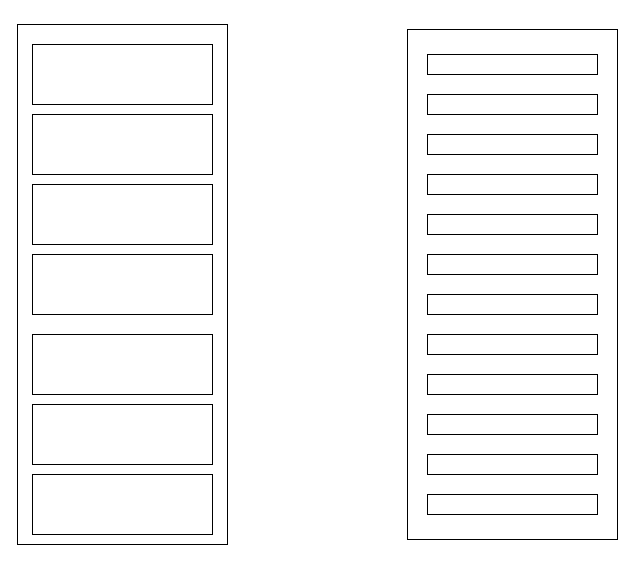
Earlier version of the draw.io diagram farmersmarket.drawio (OkilyDokily/farmers-market). Source tidied: cells renumbered, new cells numbered last; positions are measured from the earlier drawing's top-left corner, leaving out a move shared by most shapes. Both pictures are drawn from the tidied source at 100%, with x=0, y=0 at pixel (17, 24).
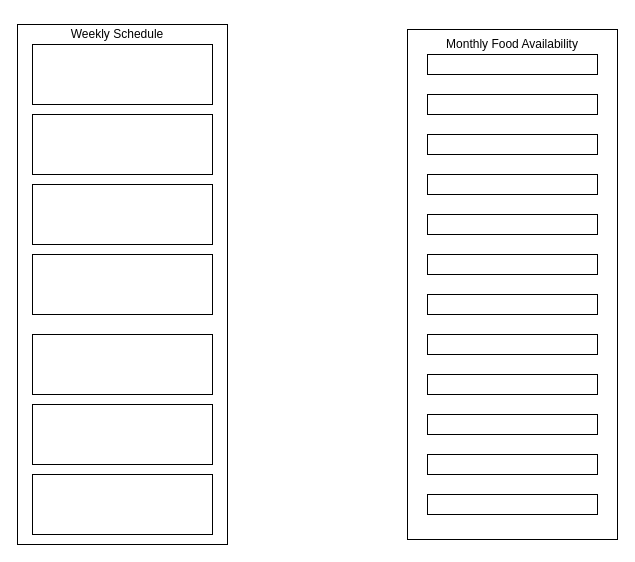
The same page after the edit.

Change to the diagram source:
```diff
@@
+    <mxCell id="24" value="Weekly Schedule" style="text;html=1;strokeColor=none;fillColor=none;align=center;verticalAlign=middle;whiteSpace=wrap;rounded=0;" parent="1" vertex="1">
+      <mxGeometry x="50" width="100" height="20" as="geometry" />
+    </mxCell>
+    <mxCell id="25" value="Monthly Food Availability" style="text;html=1;strokeColor=none;fillColor=none;align=center;verticalAlign=middle;whiteSpace=wrap;rounded=0;" parent="1" vertex="1">
+      <mxGeometry x="410" y="10" width="170" height="20" as="geometry" />
+    </mxCell>
```
